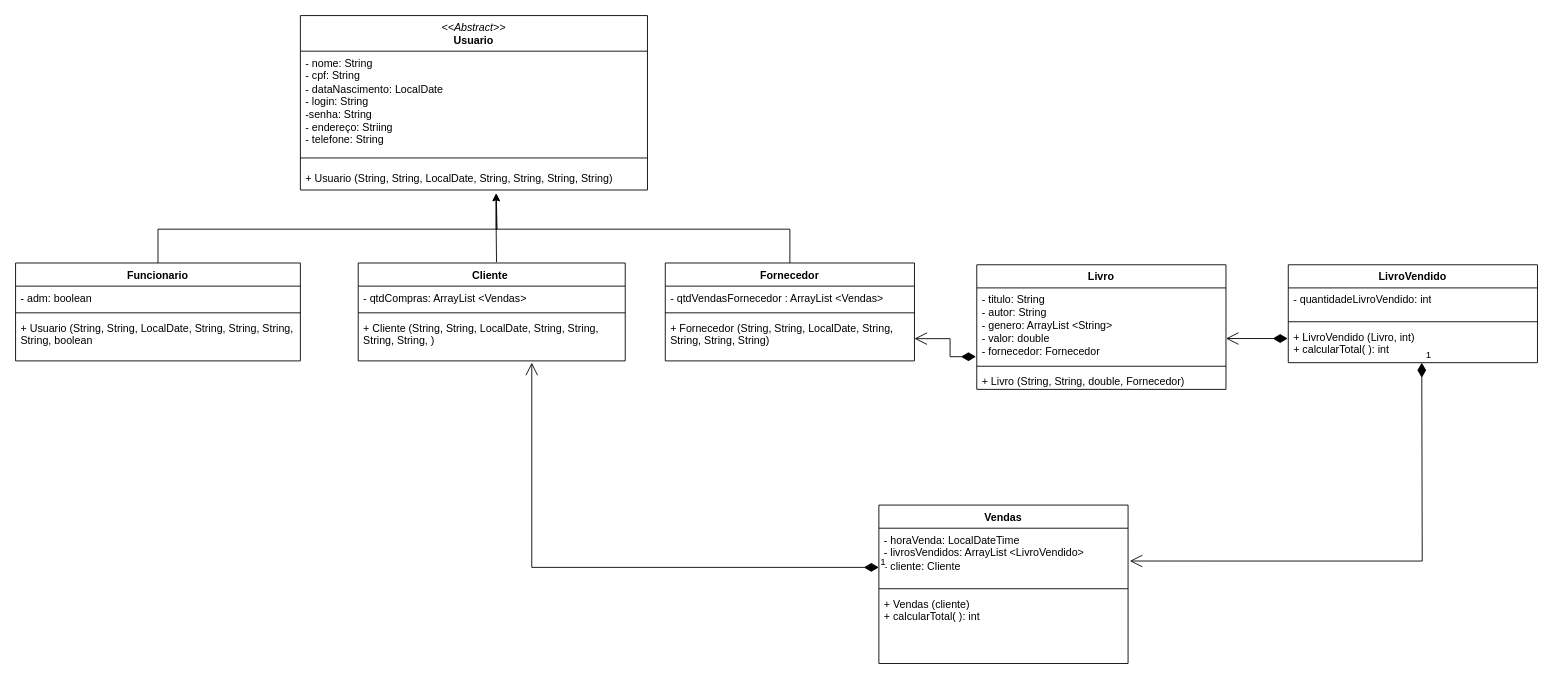
Before: Projeto.drawio in Rliveira/ReadEasy, a draw.io diagram. Source tidied: cells renumbered, new cells numbered last; positions are measured from the earlier drawing's top-left corner, leaving out a move shared by most shapes. Both pictures are drawn from the tidied source at 89%, with x=0, y=0 at pixel (15, 15).
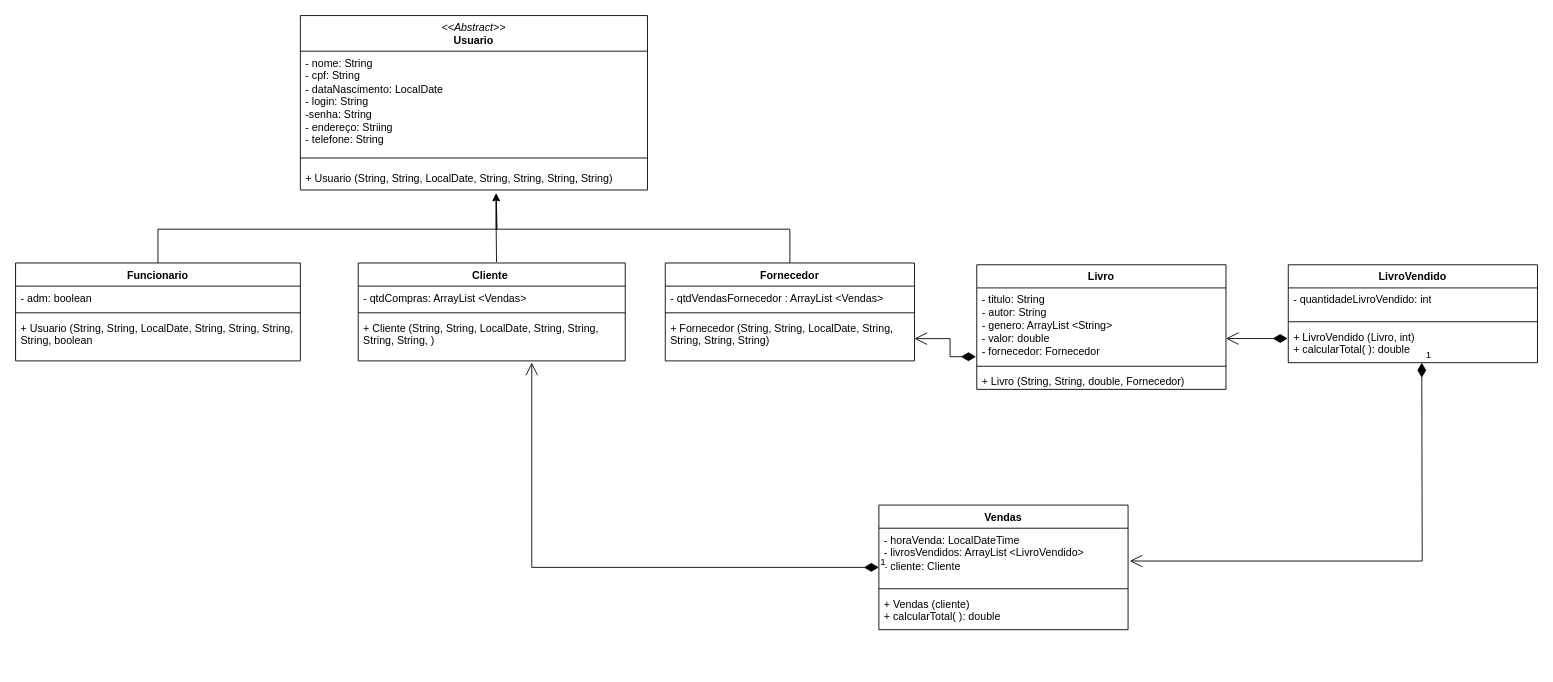
The same diagram, later.

Unchanged cells that the change refers to:
```xml
<mxCell id="25" value="LivroVendido" style="swimlane;fontStyle=1;align=center;verticalAlign=top;horizontal=1;startSize=26;whiteSpace=wrap;html=1;" parent="1" vertex="1">
  <mxGeometry x="1430" y="280" width="280" height="110" as="geometry" />
</mxCell>
```

Change to the diagram source:
```diff
@@
-    <mxCell id="28" value="+ LivroVendido (Livro, int)&lt;br&gt;+ calcularTotal( ): int&amp;nbsp;" style="text;strokeColor=none;fillColor=none;align=left;verticalAlign=top;spacingLeft=4;spacingRight=4;overflow=hidden;points=[[0,0.5],[1,0.5]];portConstraint=eastwest;whiteSpace=wrap;html=1;" parent="25" vertex="1">
+    <mxCell id="28" value="+ LivroVendido (Livro, int)&lt;br&gt;+ calcularTotal( ): double&amp;nbsp;" style="text;strokeColor=none;fillColor=none;align=left;verticalAlign=top;spacingLeft=4;spacingRight=4;overflow=hidden;points=[[0,0.5],[1,0.5]];portConstraint=eastwest;whiteSpace=wrap;html=1;" parent="25" vertex="1">
       <mxGeometry y="68" width="280" height="42" as="geometry" />
     </mxCell>
     <mxCell id="29" value="Vendas" style="swimlane;fontStyle=1;align=center;verticalAlign=top;horizontal=1;startSize=26;whiteSpace=wrap;html=1;" parent="1" vertex="1">
-      <mxGeometry x="970" y="550" width="280" height="178" as="geometry" />
+      <mxGeometry x="970" y="550" width="280" height="140" as="geometry" />
     </mxCell>
@@
-    <mxCell id="32" value="+ Vendas (cliente)&lt;br&gt;+ calcularTotal( ): int&amp;nbsp;" style="text;strokeColor=none;fillColor=none;align=left;verticalAlign=top;spacingLeft=4;spacingRight=4;overflow=hidden;whiteSpace=wrap;html=1;" parent="29" vertex="1">
-      <mxGeometry y="98" width="280" height="80" as="geometry" />
+    <mxCell id="32" value="+ Vendas (cliente)&lt;br&gt;+ calcularTotal( ): double" style="text;strokeColor=none;fillColor=none;align=left;verticalAlign=top;spacingLeft=4;spacingRight=4;overflow=hidden;whiteSpace=wrap;html=1;" parent="29" vertex="1">
+      <mxGeometry y="98" width="280" height="42" as="geometry" />
     </mxCell>
```
